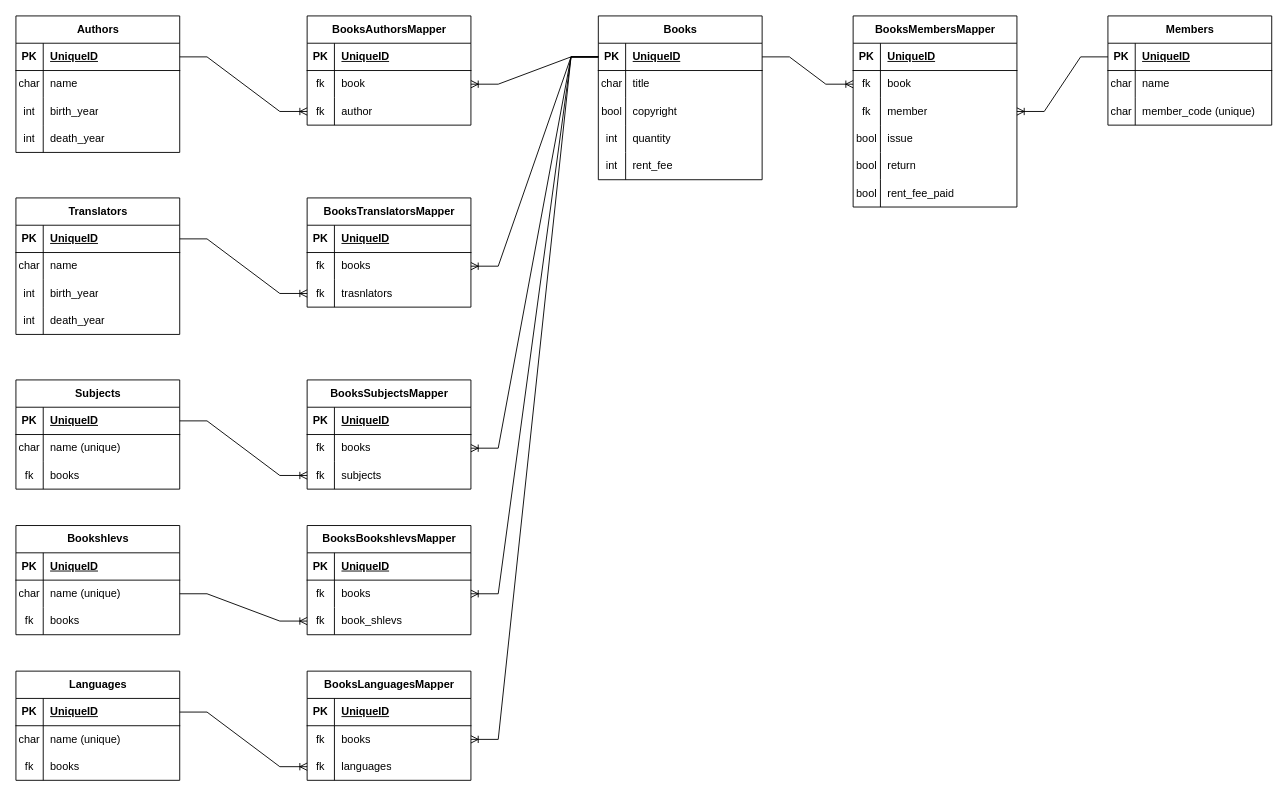
Above: library_schema.drawio in mayankbth/drivex_test_assignment_django (draw.io), before the change. Source tidied: cells renumbered, new cells numbered last; positions are measured from the earlier drawing's top-left corner, leaving out a move shared by most shapes. Both pictures are drawn from the tidied source at 91%, with x=0, y=0 at pixel (15, 15).
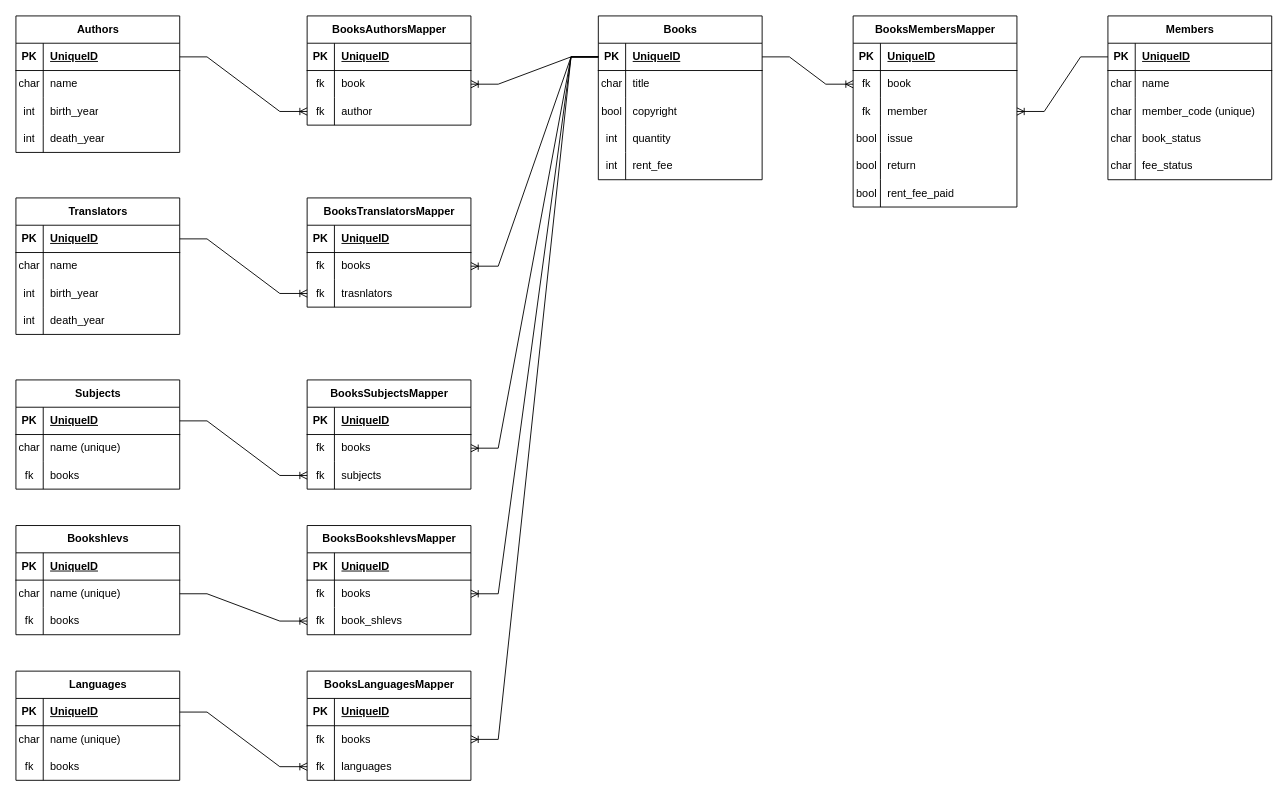
The same page after the edit.

What changed in the source:
```diff
@@
     <mxCell id="93" value="Members" style="shape=table;startSize=30;childLayout=tableLayout;rowLines=0;fontStyle=1;align=center;html=1;" parent="1" vertex="1">
-      <mxGeometry x="1200" width="180" height="120" as="geometry" />
+      <mxGeometry x="1200" width="180" height="180" as="geometry" />
     </mxCell>
@@
+    <mxCell id="165" style="shape=tableRow;horizontal=0;startSize=0;swimlaneHead=0;swimlaneBody=0;fillColor=none;top=0;left=0;right=0;bottom=0;" parent="93" vertex="1">
+      <mxGeometry y="120" width="180" height="30" as="geometry" />
+    </mxCell>
+    <mxCell id="166" value="char" style="shape=partialRectangle;fillColor=none;top=0;left=0;bottom=0;right=0;overflow=hidden;whiteSpace=wrap;html=1;" parent="165" vertex="1">
+      <mxGeometry width="30" height="30" as="geometry" />
+    </mxCell>
+    <mxCell id="167" value="book_status" style="shape=partialRectangle;fillColor=none;top=0;left=0;bottom=0;right=0;align=left;spacingLeft=6;overflow=hidden;whiteSpace=wrap;html=1;" parent="165" vertex="1">
+      <mxGeometry x="30" width="150" height="30" as="geometry" />
+    </mxCell>
+    <mxCell id="168" style="shape=tableRow;horizontal=0;startSize=0;swimlaneHead=0;swimlaneBody=0;fillColor=none;top=0;left=0;right=0;bottom=0;" parent="93" vertex="1">
+      <mxGeometry y="150" width="180" height="30" as="geometry" />
+    </mxCell>
+    <mxCell id="169" value="char" style="shape=partialRectangle;fillColor=none;top=0;left=0;bottom=0;right=0;overflow=hidden;whiteSpace=wrap;html=1;" parent="168" vertex="1">
+      <mxGeometry width="30" height="30" as="geometry" />
+    </mxCell>
+    <mxCell id="170" value="fee_status" style="shape=partialRectangle;fillColor=none;top=0;left=0;bottom=0;right=0;align=left;spacingLeft=6;overflow=hidden;whiteSpace=wrap;html=1;" parent="168" vertex="1">
+      <mxGeometry x="30" width="150" height="30" as="geometry" />
+    </mxCell>
```
